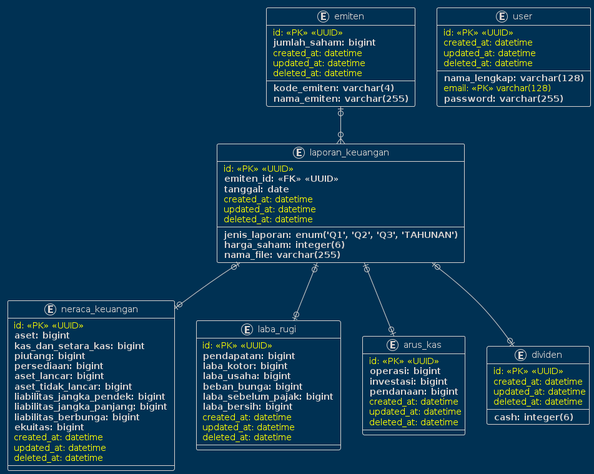
lukmanharun1/laporan_keuangan keeps this PlantUML diagram as erd-laporan-keuangan/laporan_emiten.png. Above is the earlier version.
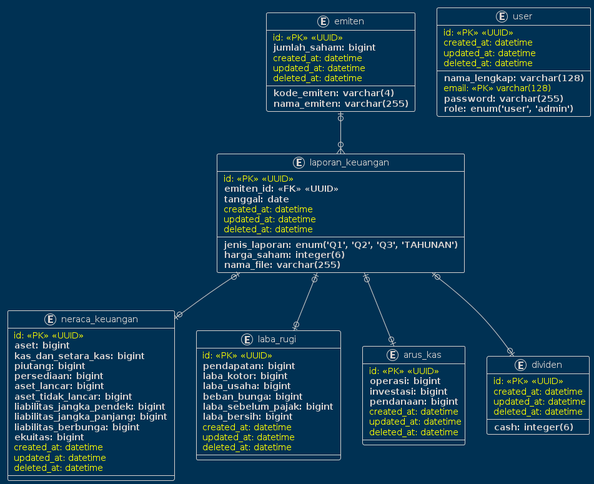
Later version of the same file.

Commit message:
menambahkan field role

What changed in the source:
```diff
@@ -75,6 +75,7 @@
     ** nama_lengkap: varchar(128) **
     <color:yellow> email: <<PK>> varchar(128)</color>
     ** password: varchar(255) **
+    ** role: enum('user', 'admin') **
     <color:yellow> created_at: datetime</color>
     <color:yellow> updated_at: datetime</color>
     <color:yellow> deleted_at: datetime</color>
```
